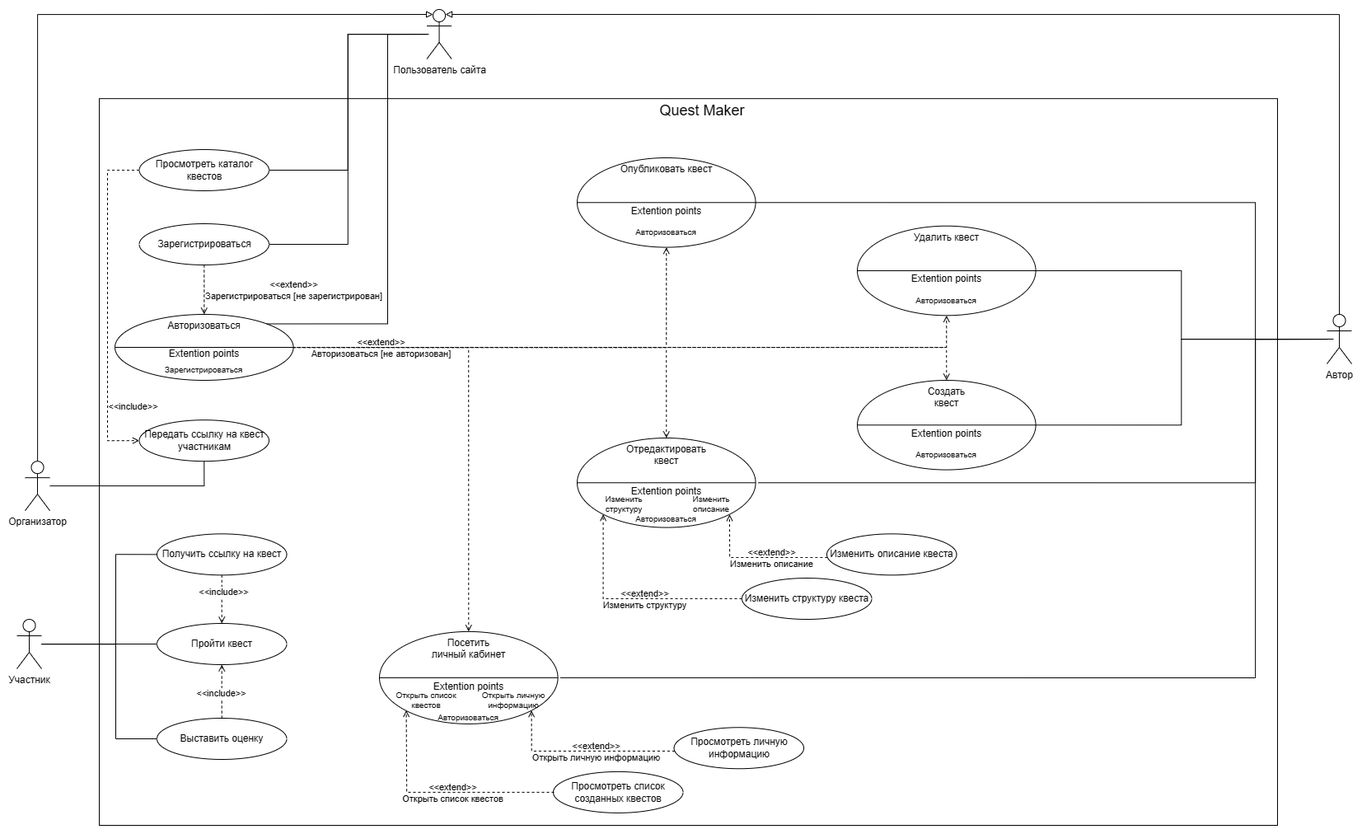
The draw.io diagram use-cases.png in Quest-maker-team/Docs, before a commit. Source tidied: cells renumbered, new cells last; positions are measured from the earlier drawing's top-left corner, leaving out a move shared by most shapes.
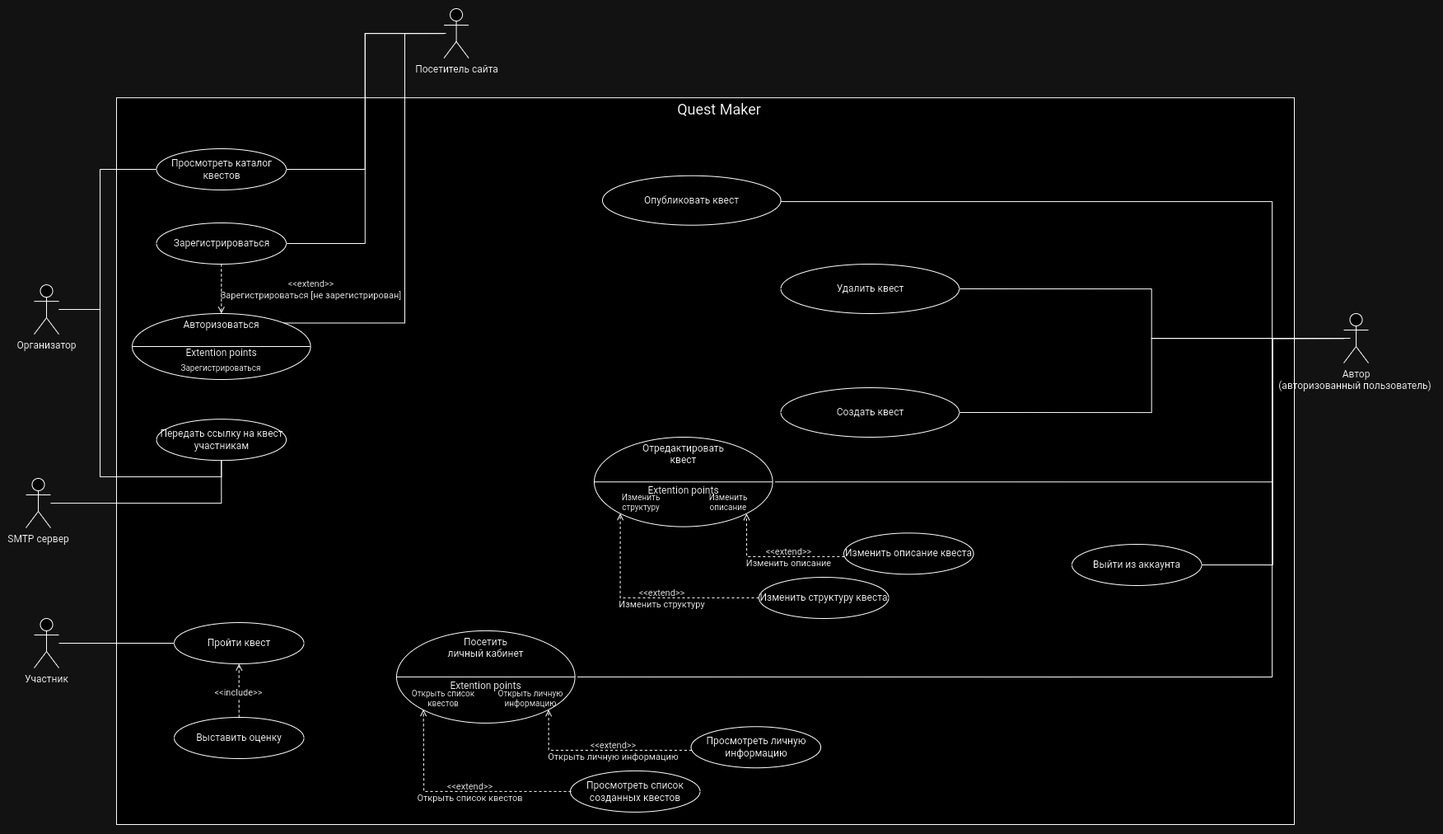
The same diagram one commit later.

The edit, as a diff of the source:
```diff
@@ -7,18 +7,2 @@
     </mxCell>
-    <mxCell id="3" style="edgeStyle=orthogonalEdgeStyle;rounded=0;jettySize=auto;html=1;entryX=0;entryY=0.5;entryDx=0;entryDy=0;endArrow=none;endFill=0;" parent="1" edge="1" source="6" target="87">
-      <mxGeometry relative="1" as="geometry">
-        <Array as="points">
-          <mxPoint x="120" y="770" />
-          <mxPoint x="120" y="885" />
-        </Array>
-      </mxGeometry>
-    </mxCell>
-    <mxCell id="4" style="edgeStyle=orthogonalEdgeStyle;rounded=0;jettySize=auto;html=1;entryX=0;entryY=0.5;entryDx=0;entryDy=0;endArrow=none;endFill=0;" parent="1" edge="1" source="6" target="84">
-      <mxGeometry relative="1" as="geometry">
-        <Array as="points">
-          <mxPoint x="120" y="770" />
-          <mxPoint x="120" y="661" />
-        </Array>
-      </mxGeometry>
-    </mxCell>
     <mxCell id="5" style="edgeStyle=orthogonalEdgeStyle;rounded=0;jettySize=auto;html=1;entryX=0;entryY=0.5;entryDx=0;entryDy=0;endArrow=none;endFill=0;" parent="1" edge="1" source="6" target="81">
@@ -29,6 +13,6 @@
     </mxCell>
-    <mxCell id="7" style="edgeStyle=orthogonalEdgeStyle;shape=connector;rounded=0;jettySize=auto;html=1;entryX=1;entryY=0.5;entryDx=0;entryDy=0;labelBackgroundColor=default;strokeColor=default;align=center;verticalAlign=middle;fontFamily=Helvetica;fontSize=11;fontColor=default;endArrow=none;endFill=0;" parent="1" edge="1" source="11" target="60">
+    <mxCell id="7" style="edgeStyle=orthogonalEdgeStyle;shape=connector;rounded=0;jettySize=auto;html=1;labelBackgroundColor=default;strokeColor=default;align=center;verticalAlign=middle;fontFamily=Helvetica;fontSize=11;fontColor=default;endArrow=none;endFill=0;entryX=1;entryY=0.5;entryDx=0;entryDy=0;" parent="1" edge="1" source="11" target="60">
       <mxGeometry relative="1" as="geometry" />
     </mxCell>
-    <mxCell id="8" style="edgeStyle=orthogonalEdgeStyle;shape=connector;rounded=0;jettySize=auto;html=1;entryX=1;entryY=0.5;entryDx=0;entryDy=0;labelBackgroundColor=default;strokeColor=default;align=center;verticalAlign=middle;fontFamily=Helvetica;fontSize=11;fontColor=default;endArrow=none;endFill=0;" parent="1" edge="1" source="11" target="65">
+    <mxCell id="8" style="edgeStyle=orthogonalEdgeStyle;shape=connector;rounded=0;jettySize=auto;html=1;labelBackgroundColor=default;strokeColor=default;align=center;verticalAlign=middle;fontFamily=Helvetica;fontSize=11;fontColor=default;endArrow=none;endFill=0;entryX=1;entryY=0.5;entryDx=0;entryDy=0;" parent="1" edge="1" source="11" target="65">
       <mxGeometry relative="1" as="geometry" />
@@ -45,6 +29,5 @@
     </mxCell>
-    <mxCell id="10" style="edgeStyle=orthogonalEdgeStyle;rounded=0;orthogonalLoop=1;jettySize=auto;html=1;entryX=1;entryY=0.5;entryDx=0;entryDy=0;endArrow=none;endFill=0;" parent="1" edge="1">
+    <mxCell id="10" style="edgeStyle=orthogonalEdgeStyle;rounded=0;jettySize=auto;html=1;entryX=1;entryY=0.5;entryDx=0;entryDy=0;endArrow=none;endFill=0;" parent="1" edge="1" target="70">
       <mxGeometry relative="1" as="geometry">
         <mxPoint x="1598" y="400" as="sourcePoint" />
-        <mxPoint x="889.6" y="234.3" as="targetPoint" />
         <Array as="points">
@@ -52,2 +35,3 @@
           <mxPoint x="1503" y="234" />
+          <mxPoint x="906" y="234" />
         </Array>
@@ -55,17 +39,27 @@
     </mxCell>
+    <mxCell id="89" style="edgeStyle=orthogonalEdgeStyle;rounded=0;jettySize=auto;html=1;entryX=1;entryY=0.5;entryDx=0;entryDy=0;fontSize=12;startSize=8;endSize=8;endArrow=none;endFill=0;" parent="1" edge="1" source="11" target="93">
+      <mxGeometry relative="1" as="geometry" />
+    </mxCell>
-    <mxCell id="11" value="Автор" style="shape=umlActor;verticalLabelPosition=bottom;verticalAlign=top;html=1;outlineConnect=0;" parent="1" vertex="1">
+    <mxCell id="11" value="Автор&lt;br&gt;(авторизованный пользователь)&amp;nbsp;" style="shape=umlActor;verticalLabelPosition=bottom;verticalAlign=top;html=1;outlineConnect=0;" parent="1" vertex="1">
       <mxGeometry x="1590" y="370" width="30" height="60" as="geometry" />
     </mxCell>
-    <mxCell id="12" style="edgeStyle=orthogonalEdgeStyle;shape=connector;rounded=0;jettySize=auto;html=1;labelBackgroundColor=default;strokeColor=default;align=center;verticalAlign=middle;fontFamily=Helvetica;fontSize=11;fontColor=default;endArrow=block;endFill=0;entryX=0.25;entryY=0.1;entryDx=0;entryDy=0;entryPerimeter=0;" parent="1" edge="1" source="14" target="18">
-      <mxGeometry relative="1" as="geometry">
-        <Array as="points">
-          <mxPoint x="25" y="6" />
-        </Array>
-      </mxGeometry>
-    </mxCell>
     <mxCell id="13" style="edgeStyle=orthogonalEdgeStyle;rounded=0;jettySize=auto;html=1;entryX=0.5;entryY=1;entryDx=0;entryDy=0;endArrow=none;endFill=0;" parent="1" edge="1" source="14" target="78">
-      <mxGeometry relative="1" as="geometry" />
+      <mxGeometry relative="1" as="geometry">
+        <Array as="points">
+          <mxPoint x="80" y="365" />
+          <mxPoint x="80" y="568" />
+          <mxPoint x="227" y="568" />
+        </Array>
+      </mxGeometry>
     </mxCell>
+    <mxCell id="90" style="edgeStyle=orthogonalEdgeStyle;rounded=0;jettySize=auto;html=1;entryX=0;entryY=0.5;entryDx=0;entryDy=0;fontSize=12;startSize=8;endSize=8;endArrow=none;endFill=0;" parent="1" edge="1" source="14" target="25">
+      <mxGeometry relative="1" as="geometry">
+        <Array as="points">
+          <mxPoint x="80" y="365" />
+          <mxPoint x="80" y="195" />
+        </Array>
+      </mxGeometry>
+    </mxCell>
     <mxCell id="14" value="Организатор" style="shape=umlActor;verticalLabelPosition=bottom;verticalAlign=top;html=1;outlineConnect=0;" parent="1" vertex="1">
-      <mxGeometry x="10" y="548.2" width="30" height="60" as="geometry" />
+      <mxGeometry y="335.1" width="30" height="60" as="geometry" />
     </mxCell>
@@ -77,10 +71,3 @@
     </mxCell>
-    <mxCell id="17" style="edgeStyle=orthogonalEdgeStyle;shape=connector;rounded=0;jettySize=auto;html=1;labelBackgroundColor=default;strokeColor=default;align=center;verticalAlign=middle;fontFamily=Helvetica;fontSize=11;fontColor=default;endArrow=block;endFill=0;exitX=0.5;exitY=0;exitDx=0;exitDy=0;exitPerimeter=0;entryX=0.75;entryY=0.1;entryDx=0;entryDy=0;entryPerimeter=0;" parent="1" edge="1" source="11" target="18">
-      <mxGeometry relative="1" as="geometry">
-        <Array as="points">
-          <mxPoint x="1605" y="6" />
-        </Array>
-      </mxGeometry>
-    </mxCell>
-    <mxCell id="18" value="Пользователь сайта" style="shape=umlActor;verticalLabelPosition=bottom;verticalAlign=top;html=1;outlineConnect=0;" parent="1" vertex="1">
+    <mxCell id="18" value="Посетитель сайта" style="shape=umlActor;verticalLabelPosition=bottom;verticalAlign=top;html=1;outlineConnect=0;" parent="1" vertex="1">
       <mxGeometry x="497.6" width="30" height="60" as="geometry" />
@@ -153,10 +140,2 @@
     </mxCell>
-    <mxCell id="35" style="edgeStyle=orthogonalEdgeStyle;rounded=0;jettySize=auto;html=1;entryX=0.5;entryY=0;entryDx=0;entryDy=0;endArrow=open;endFill=0;dashed=1;" parent="1" edge="1" source="31" target="53">
-      <mxGeometry relative="1" as="geometry" />
-    </mxCell>
-    <mxCell id="36" value="&amp;lt;&amp;lt;extend&amp;gt;&amp;gt;&lt;br style=&quot;border-color: var(--border-color);&quot;&gt;&lt;span style=&quot;&quot;&gt;Авторизоваться [не авторизован]&lt;/span&gt;" style="edgeLabel;html=1;align=center;verticalAlign=middle;fontSize=11;fontFamily=Helvetica;fontColor=default;labelBackgroundColor=none;" parent="35" vertex="1">
-      <mxGeometry x="-0.55" y="-2" relative="1" as="geometry">
-        <mxPoint x="-21" y="-2" as="offset" />
-      </mxGeometry>
-    </mxCell>
     <mxCell id="37" value="Изменить описание квеста" style="ellipse;whiteSpace=wrap;html=1;" parent="1" vertex="1">
@@ -212,5 +191,2 @@
     </mxCell>
-    <mxCell id="50" value="Авторизоваться" style="text;html=1;strokeColor=none;fillColor=none;align=center;verticalAlign=middle;whiteSpace=wrap;rounded=0;fontSize=10;" parent="44" vertex="1">
-      <mxGeometry x="67" y="85.3" width="82.5" height="37.3" as="geometry" />
-    </mxCell>
     <mxCell id="51" style="group;" parent="1" vertex="1">
@@ -236,65 +212,5 @@
     </mxCell>
-    <mxCell id="58" value="Авторизоваться" style="text;html=1;strokeColor=none;fillColor=none;align=center;verticalAlign=middle;whiteSpace=wrap;rounded=0;fontSize=10;" parent="51" vertex="1">
-      <mxGeometry x="67" y="80.1" width="82.5" height="36.2" as="geometry" />
-    </mxCell>
-    <mxCell id="59" style="group;" parent="1" vertex="1">
-      <mxGeometry x="1020" y="450" width="216.6" height="110" as="geometry" />
-    </mxCell>
-    <mxCell id="60" value="Создать &lt;br&gt;квест" style="ellipse;whiteSpace=wrap;html=1;labelPosition=center;verticalLabelPosition=middle;align=center;verticalAlign=top;" parent="59" vertex="1">
-      <mxGeometry width="216.6" height="108.6" as="geometry" />
-    </mxCell>
-    <mxCell id="61" value="Extention points" style="text;html=1;strokeColor=none;fillColor=none;align=center;verticalAlign=middle;whiteSpace=wrap;rounded=0;" parent="59" vertex="1">
-      <mxGeometry x="32" y="46.5" width="152.6" height="36.2" as="geometry" />
-    </mxCell>
-    <mxCell id="62" style="endArrow=none;html=1;rounded=0;exitX=0;exitY=0.5;exitDx=0;exitDy=0;entryX=1;entryY=0.5;entryDx=0;entryDy=0;" parent="59" edge="1" source="60" target="60">
-      <mxGeometry relative="1" as="geometry" />
-    </mxCell>
-    <mxCell id="63" value="Авторизоваться" style="text;html=1;strokeColor=none;fillColor=none;align=center;verticalAlign=middle;whiteSpace=wrap;rounded=0;fontSize=10;" parent="59" vertex="1">
-      <mxGeometry x="67" y="72.4" width="82.5" height="36.2" as="geometry" />
-    </mxCell>
-    <mxCell id="64" style="edgeStyle=orthogonalEdgeStyle;shape=connector;rounded=0;jettySize=auto;html=1;entryX=0.5;entryY=0;entryDx=0;entryDy=0;dashed=1;labelBackgroundColor=default;strokeColor=default;align=center;verticalAlign=middle;fontFamily=Helvetica;fontSize=11;fontColor=default;endArrow=open;endFill=0;" parent="1" edge="1" target="60">
-      <mxGeometry relative="1" as="geometry">
-        <mxPoint x="333.6" y="410.1" as="sourcePoint" />
-        <Array as="points">
-          <mxPoint x="1128" y="410" />
-        </Array>
-      </mxGeometry>
-    </mxCell>
-    <mxCell id="65" value="Удалить квест" style="ellipse;whiteSpace=wrap;html=1;labelPosition=center;verticalLabelPosition=middle;align=center;verticalAlign=top;" parent="1" vertex="1">
-      <mxGeometry x="1020" y="262.7" width="216.6" height="108.6" as="geometry" />
-    </mxCell>
-    <mxCell id="66" style="endArrow=none;html=1;rounded=0;exitX=0;exitY=0.5;exitDx=0;exitDy=0;entryX=1;entryY=0.5;entryDx=0;entryDy=0;" parent="1" edge="1" source="65" target="65">
-      <mxGeometry relative="1" as="geometry" />
-    </mxCell>
-    <mxCell id="67" value="Extention points" style="text;html=1;strokeColor=none;fillColor=none;align=center;verticalAlign=middle;whiteSpace=wrap;rounded=0;" parent="1" vertex="1">
-      <mxGeometry x="1052" y="309.3" width="152.6" height="36.2" as="geometry" />
-    </mxCell>
-    <mxCell id="68" value="Авторизоваться" style="text;html=1;strokeColor=none;fillColor=none;align=center;verticalAlign=middle;whiteSpace=wrap;rounded=0;fontSize=10;" parent="1" vertex="1">
-      <mxGeometry x="1087" y="335.1" width="82.5" height="36.2" as="geometry" />
-    </mxCell>
-    <mxCell id="69" style="edgeStyle=orthogonalEdgeStyle;shape=connector;rounded=0;jettySize=auto;html=1;dashed=1;labelBackgroundColor=default;strokeColor=default;align=center;verticalAlign=middle;fontFamily=Helvetica;fontSize=11;fontColor=default;endArrow=open;endFill=0;entryX=0.5;entryY=1;entryDx=0;entryDy=0;" parent="1" edge="1" source="31" target="68">
-      <mxGeometry relative="1" as="geometry" />
-    </mxCell>
-    <mxCell id="70" value="Опубликовать квест" style="ellipse;whiteSpace=wrap;html=1;labelPosition=center;verticalLabelPosition=middle;align=center;verticalAlign=top;" parent="1" vertex="1">
-      <mxGeometry x="680" y="180" width="216.6" height="108.6" as="geometry" />
+    <mxCell id="70" value="Опубликовать квест" style="ellipse;whiteSpace=wrap;html=1;labelPosition=center;verticalLabelPosition=middle;align=center;verticalAlign=middle;" parent="1" vertex="1">
+      <mxGeometry x="690" y="202.7" width="216.6" height="60" as="geometry" />
     </mxCell>
-    <mxCell id="71" style="endArrow=none;html=1;rounded=0;exitX=0;exitY=0.5;exitDx=0;exitDy=0;entryX=1;entryY=0.5;entryDx=0;entryDy=0;" parent="1" edge="1" source="70" target="70">
-      <mxGeometry relative="1" as="geometry" />
-    </mxCell>
-    <mxCell id="72" value="Extention points" style="text;html=1;strokeColor=none;fillColor=none;align=center;verticalAlign=middle;whiteSpace=wrap;rounded=0;" parent="1" vertex="1">
-      <mxGeometry x="712" y="226.5" width="152.6" height="36.2" as="geometry" />
-    </mxCell>
-    <mxCell id="73" value="Авторизоваться" style="text;html=1;strokeColor=none;fillColor=none;align=center;verticalAlign=middle;whiteSpace=wrap;rounded=0;fontSize=10;" parent="1" vertex="1">
-      <mxGeometry x="747" y="252.4" width="82.5" height="36.2" as="geometry" />
-    </mxCell>
-    <mxCell id="74" style="edgeStyle=orthogonalEdgeStyle;shape=connector;rounded=0;jettySize=auto;html=1;dashed=1;labelBackgroundColor=default;strokeColor=default;align=center;verticalAlign=middle;fontFamily=Helvetica;fontSize=11;fontColor=default;endArrow=open;endFill=0;entryX=0.5;entryY=0;entryDx=0;entryDy=0;" parent="1" edge="1" source="31" target="45">
-      <mxGeometry relative="1" as="geometry">
-        <Array as="points">
-          <mxPoint x="548" y="410" />
-        </Array>
-      </mxGeometry>
-    </mxCell>
-    <mxCell id="75" style="edgeStyle=orthogonalEdgeStyle;rounded=0;jettySize=auto;html=1;exitX=1;exitY=0.5;exitDx=0;exitDy=0;entryX=0.5;entryY=1;entryDx=0;entryDy=0;dashed=1;endArrow=open;endFill=0;" parent="1" edge="1" source="31" target="73">
-      <mxGeometry relative="1" as="geometry" />
-    </mxCell>
     <mxCell id="76" style="edgeStyle=orthogonalEdgeStyle;shape=connector;rounded=0;orthogonalLoop=1;jettySize=auto;html=1;entryX=1;entryY=0.5;entryDx=0;entryDy=0;labelBackgroundColor=default;strokeColor=default;align=center;verticalAlign=middle;fontFamily=Helvetica;fontSize=11;fontColor=default;endArrow=none;endFill=0;" parent="1" edge="1">
@@ -321,15 +237,2 @@
     </mxCell>
-    <mxCell id="79" style="edgeStyle=orthogonalEdgeStyle;rounded=0;jettySize=auto;html=1;exitX=0;exitY=0.5;exitDx=0;exitDy=0;entryX=0;entryY=0.5;entryDx=0;entryDy=0;endArrow=open;endFill=0;dashed=1;jumpStyle=arc;" parent="1" edge="1" source="25" target="78">
-      <mxGeometry relative="1" as="geometry">
-        <Array as="points">
-          <mxPoint x="110" y="195" />
-          <mxPoint x="110" y="524" />
-        </Array>
-      </mxGeometry>
-    </mxCell>
-    <mxCell id="80" value="&amp;lt;&amp;lt;include&amp;gt;&amp;gt;" style="edgeLabel;html=1;align=center;verticalAlign=middle;" parent="79" vertex="1">
-      <mxGeometry x="-0.56" y="-4" relative="1" as="geometry">
-        <mxPoint x="34" y="236" as="offset" />
-      </mxGeometry>
-    </mxCell>
     <mxCell id="81" value="Пройти квест" style="ellipse;whiteSpace=wrap;html=1;" parent="1" vertex="1">
@@ -337,11 +240,2 @@
     </mxCell>
-    <mxCell id="82" style="edgeStyle=orthogonalEdgeStyle;shape=connector;rounded=0;jettySize=auto;html=1;entryX=0.5;entryY=0;entryDx=0;entryDy=0;labelBackgroundColor=default;strokeColor=default;align=center;verticalAlign=middle;fontFamily=Helvetica;fontSize=11;fontColor=default;endArrow=open;endFill=0;dashed=1;" parent="1" edge="1" source="84" target="81">
-      <mxGeometry relative="1" as="geometry" />
-    </mxCell>
-    <mxCell id="83" value="&amp;lt;&amp;lt;include&amp;gt;&amp;gt;" style="edgeLabel;html=1;align=center;verticalAlign=middle;fontSize=11;fontFamily=Helvetica;fontColor=default;" parent="82" vertex="1">
-      <mxGeometry x="-0.32" y="1" relative="1" as="geometry" />
-    </mxCell>
-    <mxCell id="84" value="Получить ссылку на квест" style="ellipse;whiteSpace=wrap;html=1;" parent="1" vertex="1">
-      <mxGeometry x="170" y="636.3" width="157.5" height="50" as="geometry" />
-    </mxCell>
     <mxCell id="85" style="edgeStyle=orthogonalEdgeStyle;shape=connector;rounded=0;jettySize=auto;html=1;entryX=0.5;entryY=1;entryDx=0;entryDy=0;labelBackgroundColor=default;strokeColor=default;align=center;verticalAlign=middle;fontFamily=Helvetica;fontSize=11;fontColor=default;endArrow=open;endFill=0;dashed=1;" parent="1" edge="1" source="87" target="81">
@@ -358,2 +252,17 @@
     </mxCell>
+    <mxCell id="91" style="edgeStyle=orthogonalEdgeStyle;rounded=0;jettySize=auto;html=1;fontSize=12;startSize=8;endSize=8;entryX=0.5;entryY=1;entryDx=0;entryDy=0;endArrow=none;endFill=0;" parent="1" edge="1" source="92" target="78">
+      <mxGeometry relative="1" as="geometry" />
+    </mxCell>
+    <mxCell id="92" value="SMTP сервер" style="shape=umlActor;verticalLabelPosition=bottom;verticalAlign=top;html=1;outlineConnect=0;" parent="1" vertex="1">
+      <mxGeometry x="-10" y="570" width="30" height="60" as="geometry" />
+    </mxCell>
+    <mxCell id="93" value="Выйти из аккаунта" style="ellipse;whiteSpace=wrap;html=1;" parent="1" vertex="1">
+      <mxGeometry x="1260" y="650" width="157.5" height="50" as="geometry" />
+    </mxCell>
+    <mxCell id="65" value="Удалить квест" style="ellipse;whiteSpace=wrap;html=1;labelPosition=center;verticalLabelPosition=middle;align=center;verticalAlign=middle;" parent="1" vertex="1">
+      <mxGeometry x="906.6" y="310" width="216.6" height="60" as="geometry" />
+    </mxCell>
+    <mxCell id="60" value="Создать квест" style="ellipse;whiteSpace=wrap;html=1;labelPosition=center;verticalLabelPosition=middle;align=center;verticalAlign=middle;" parent="1" vertex="1">
+      <mxGeometry x="906.6" y="460" width="216.6" height="60" as="geometry" />
+    </mxCell>
   </root>
```
